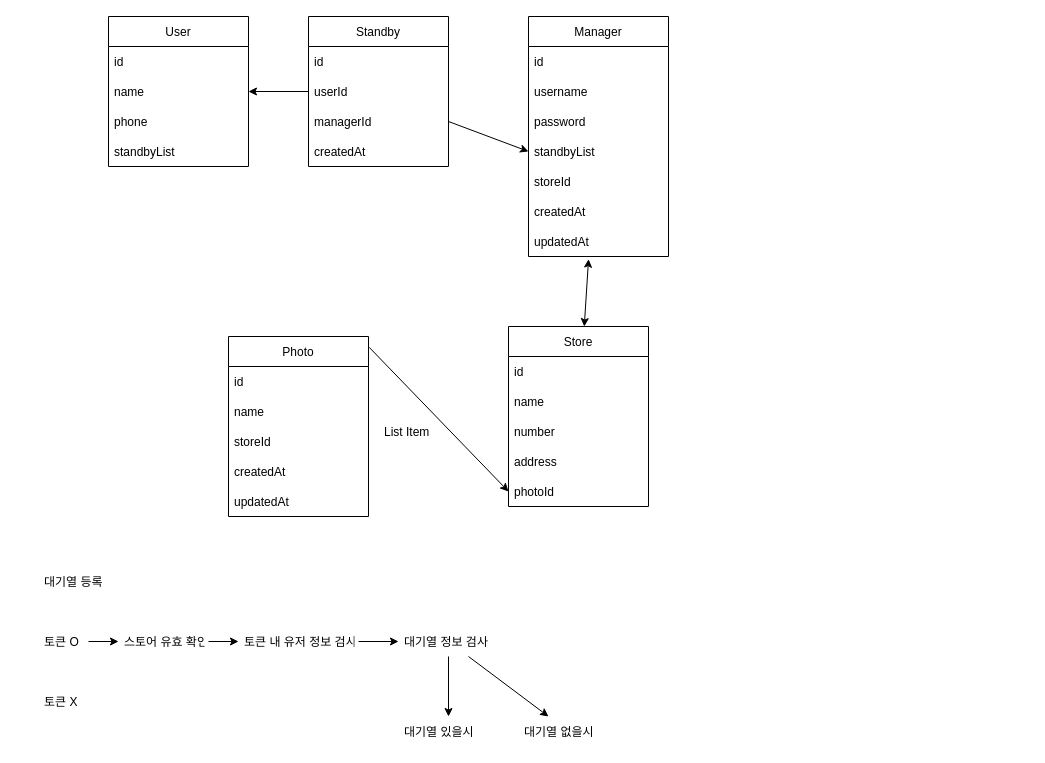
The draw.io diagram plan.dio in jinwanseo/2023-practice, before the edit. Source tidied: cells renumbered, new cells numbered last; positions are measured from the earlier drawing's top-left corner, leaving out a move shared by most shapes. Both pictures are drawn from the tidied source at 100%, with x=0, y=0 at pixel (38, 16).
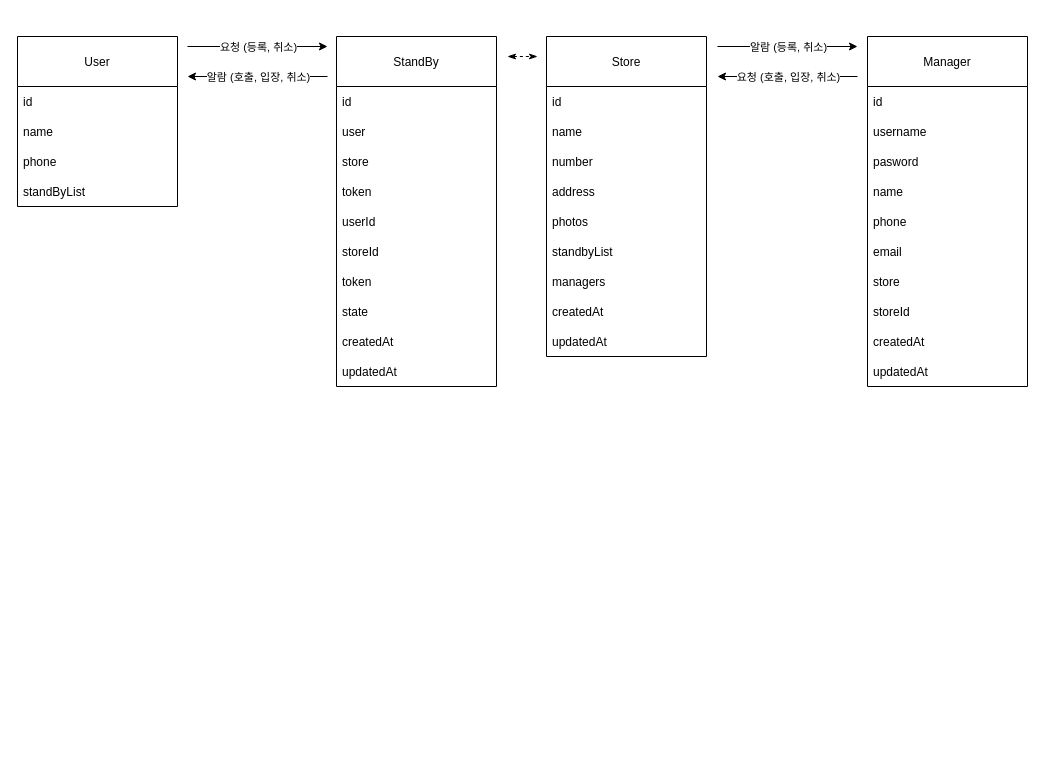
The same page after the edit.

Diff of the diagram source:
```diff
@@
-    <mxCell id="0" />
-    <mxCell id="1" parent="0" />
-    <mxCell id="2" value="User" style="swimlane;fontStyle=0;horizontal=1;startSize=30;" parent="1" vertex="1">
-      <mxGeometry x="70" width="140" height="150" as="geometry" />
-    </mxCell>
-    <mxCell id="3" value="id" style="text;align=left;verticalAlign=middle;spacingLeft=4;spacingRight=4;overflow=hidden;" parent="2" vertex="1">
-      <mxGeometry y="30" width="140" height="30" as="geometry" />
-    </mxCell>
-    <mxCell id="4" value="name" style="text;strokeColor=none;fillColor=none;align=left;verticalAlign=middle;spacingLeft=4;spacingRight=4;overflow=hidden;points=[[0,0.5],[1,0.5]];portConstraint=eastwest;" parent="2" vertex="1">
-      <mxGeometry y="60" width="140" height="30" as="geometry" />
-    </mxCell>
-    <mxCell id="5" value="phone" style="text;strokeColor=none;fillColor=none;align=left;verticalAlign=middle;spacingLeft=4;spacingRight=4;overflow=hidden;" parent="2" vertex="1">
-      <mxGeometry y="90" width="140" height="30" as="geometry" />
-    </mxCell>
-    <mxCell id="6" value="standbyList" style="text;strokeColor=none;fillColor=none;align=left;verticalAlign=middle;spacingLeft=4;spacingRight=4;overflow=hidden;" parent="2" vertex="1">
-      <mxGeometry y="120" width="140" height="30" as="geometry" />
-    </mxCell>
-    <mxCell id="7" value="Manager" style="swimlane;fontStyle=0;horizontal=1;startSize=30;" parent="1" vertex="1">
-      <mxGeometry x="490" width="140" height="240" as="geometry" />
-    </mxCell>
-    <mxCell id="8" value="id" style="text;align=left;verticalAlign=middle;spacingLeft=4;spacingRight=4;overflow=hidden;" parent="7" vertex="1">
-      <mxGeometry y="30" width="140" height="30" as="geometry" />
-    </mxCell>
-    <mxCell id="9" value="username" style="text;strokeColor=none;fillColor=none;align=left;verticalAlign=middle;spacingLeft=4;spacingRight=4;overflow=hidden;" parent="7" vertex="1">
-      <mxGeometry y="60" width="140" height="30" as="geometry" />
-    </mxCell>
-    <mxCell id="10" value="password" style="text;strokeColor=none;fillColor=none;align=left;verticalAlign=middle;spacingLeft=4;spacingRight=4;overflow=hidden;" parent="7" vertex="1">
-      <mxGeometry y="90" width="140" height="30" as="geometry" />
-    </mxCell>
-    <mxCell id="11" value="standbyList" style="text;strokeColor=none;fillColor=none;align=left;verticalAlign=middle;spacingLeft=4;spacingRight=4;overflow=hidden;points=[[0,0.5],[1,0.5]];portConstraint=eastwest;" parent="7" vertex="1">
-      <mxGeometry y="120" width="140" height="30" as="geometry" />
-    </mxCell>
-    <mxCell id="12" value="storeId" style="text;strokeColor=none;fillColor=none;align=left;verticalAlign=middle;spacingLeft=4;spacingRight=4;overflow=hidden;" parent="7" vertex="1">
-      <mxGeometry y="150" width="140" height="30" as="geometry" />
-    </mxCell>
-    <mxCell id="13" value="createdAt" style="text;strokeColor=none;fillColor=none;align=left;verticalAlign=middle;spacingLeft=4;spacingRight=4;overflow=hidden;" parent="7" vertex="1">
-      <mxGeometry y="180" width="140" height="30" as="geometry" />
-    </mxCell>
-    <mxCell id="14" value="updatedAt" style="text;strokeColor=none;fillColor=none;align=left;verticalAlign=middle;spacingLeft=4;spacingRight=4;overflow=hidden;points=[[0,0.5],[1,0.5]];portConstraint=eastwest;" parent="7" vertex="1">
-      <mxGeometry y="210" width="140" height="30" as="geometry" />
-    </mxCell>
-    <mxCell id="15" value="Standby" style="swimlane;fontStyle=0;horizontal=1;startSize=30;" parent="1" vertex="1">
-      <mxGeometry x="270" width="140" height="150" as="geometry" />
-    </mxCell>
-    <mxCell id="16" value="id" style="text;align=left;verticalAlign=middle;spacingLeft=4;spacingRight=4;overflow=hidden;" parent="15" vertex="1">
-      <mxGeometry y="30" width="140" height="30" as="geometry" />
-    </mxCell>
-    <mxCell id="17" value="userId" style="text;strokeColor=none;fillColor=none;align=left;verticalAlign=middle;spacingLeft=4;spacingRight=4;overflow=hidden;points=[[0,0.5],[1,0.5]];portConstraint=eastwest;" parent="15" vertex="1">
-      <mxGeometry y="60" width="140" height="30" as="geometry" />
-    </mxCell>
-    <mxCell id="18" value="managerId" style="text;strokeColor=none;fillColor=none;align=left;verticalAlign=middle;spacingLeft=4;spacingRight=4;overflow=hidden;points=[[0,0.5],[1,0.5]];portConstraint=eastwest;" parent="15" vertex="1">
-      <mxGeometry y="90" width="140" height="30" as="geometry" />
-    </mxCell>
-    <mxCell id="19" value="createdAt" style="text;strokeColor=none;fillColor=none;align=left;verticalAlign=middle;spacingLeft=4;spacingRight=4;overflow=hidden;" parent="15" vertex="1">
-      <mxGeometry y="120" width="140" height="30" as="geometry" />
-    </mxCell>
-    <mxCell id="20" style="edgeStyle=none;html=1;exitX=1;exitY=0.5;exitDx=0;exitDy=0;entryX=0;entryY=0.5;entryDx=0;entryDy=0;" parent="1" edge="1" source="18" target="11">
-      <mxGeometry relative="1" as="geometry" />
-    </mxCell>
-    <mxCell id="21" style="edgeStyle=none;html=1;" parent="1" edge="1" source="17" target="4">
-      <mxGeometry relative="1" as="geometry" />
-    </mxCell>
+    <mxCell id="50" />
+    <mxCell id="51" parent="50" />
-    <mxCell id="22" value="Store" style="swimlane;fontStyle=0;horizontal=1;startSize=30;" parent="1" vertex="1">
-      <mxGeometry x="470" y="310" width="140" height="180" as="geometry" />
+    <mxCell id="22" value="Store" style="swimlane;fontStyle=0;horizontal=1;startSize=50;" parent="51" vertex="1">
+      <mxGeometry x="508" y="20" width="160" height="320" as="geometry" />
     </mxCell>
-    <mxCell id="23" value="id" style="text;strokeColor=none;fillColor=none;align=left;verticalAlign=middle;spacingLeft=4;spacingRight=4;overflow=hidden;" parent="22" vertex="1">
-      <mxGeometry y="30" width="140" height="30" as="geometry" />
-    </mxCell>
-    <mxCell id="24" value="name" style="text;strokeColor=none;fillColor=none;align=left;verticalAlign=middle;spacingLeft=4;spacingRight=4;overflow=hidden;" parent="22" vertex="1">
-      <mxGeometry y="60" width="140" height="30" as="geometry" />
-    </mxCell>
+    <mxCell id="52" value="id" style="text;strokeColor=none;fillColor=none;align=left;verticalAlign=middle;spacingLeft=4;spacingRight=4;overflow=hidden;" parent="22" vertex="1">
+      <mxGeometry y="50" width="160" height="30" as="geometry" />
+    </mxCell>
+    <mxCell id="53" value="name" style="text;strokeColor=none;fillColor=none;align=left;verticalAlign=middle;spacingLeft=4;spacingRight=4;overflow=hidden;" parent="22" vertex="1">
+      <mxGeometry y="80" width="160" height="30" as="geometry" />
+    </mxCell>
     <mxCell id="25" value="number" style="text;strokeColor=none;fillColor=none;align=left;verticalAlign=middle;spacingLeft=4;spacingRight=4;overflow=hidden;" parent="22" vertex="1">
-      <mxGeometry y="90" width="140" height="30" as="geometry" />
+      <mxGeometry y="110" width="160" height="30" as="geometry" />
     </mxCell>
     <mxCell id="26" value="address" style="text;strokeColor=none;fillColor=none;align=left;verticalAlign=middle;spacingLeft=4;spacingRight=4;overflow=hidden;" parent="22" vertex="1">
-      <mxGeometry y="120" width="140" height="30" as="geometry" />
+      <mxGeometry y="140" width="160" height="30" as="geometry" />
     </mxCell>
-    <mxCell id="27" value="photoId" style="text;strokeColor=none;fillColor=none;align=left;verticalAlign=middle;spacingLeft=4;spacingRight=4;overflow=hidden;points=[[0,0.5],[1,0.5]];portConstraint=eastwest;" parent="22" vertex="1">
-      <mxGeometry y="150" width="140" height="30" as="geometry" />
-    </mxCell>
-    <mxCell id="28" value="Photo" style="swimlane;fontStyle=0;horizontal=1;startSize=30;" parent="1" vertex="1">
-      <mxGeometry x="190" y="320" width="140" height="180" as="geometry" />
-    </mxCell>
-    <mxCell id="29" value="id" style="text;strokeColor=none;fillColor=none;align=left;verticalAlign=middle;spacingLeft=4;spacingRight=4;overflow=hidden;" parent="28" vertex="1">
-      <mxGeometry y="30" width="140" height="30" as="geometry" />
-    </mxCell>
-    <mxCell id="30" value="name" style="text;strokeColor=none;fillColor=none;align=left;verticalAlign=middle;spacingLeft=4;spacingRight=4;overflow=hidden;" parent="28" vertex="1">
-      <mxGeometry y="60" width="140" height="30" as="geometry" />
-    </mxCell>
-    <mxCell id="31" value="storeId" style="text;strokeColor=none;fillColor=none;align=left;verticalAlign=middle;spacingLeft=4;spacingRight=4;overflow=hidden;" parent="28" vertex="1">
-      <mxGeometry y="90" width="140" height="30" as="geometry" />
-    </mxCell>
-    <mxCell id="32" value="createdAt" style="text;strokeColor=none;fillColor=none;align=left;verticalAlign=middle;spacingLeft=4;spacingRight=4;overflow=hidden;" parent="28" vertex="1">
-      <mxGeometry y="120" width="140" height="30" as="geometry" />
-    </mxCell>
-    <mxCell id="33" value="updatedAt" style="text;strokeColor=none;fillColor=none;align=left;verticalAlign=middle;spacingLeft=4;spacingRight=4;overflow=hidden;" parent="28" vertex="1">
-      <mxGeometry y="150" width="140" height="30" as="geometry" />
-    </mxCell>
-    <mxCell id="34" style="endArrow=classic;startArrow=classic;html=1;entryX=0.429;entryY=1.089;entryDx=0;entryDy=0;entryPerimeter=0;" parent="1" edge="1" source="22" target="14">
-      <mxGeometry relative="1" as="geometry" />
-    </mxCell>
-    <mxCell id="35" style="edgeStyle=none;html=1;entryX=0;entryY=0.5;entryDx=0;entryDy=0;exitX=1.005;exitY=0.06;exitDx=0;exitDy=0;exitPerimeter=0;" parent="1" edge="1" source="28" target="27">
-      <mxGeometry relative="1" as="geometry" />
-    </mxCell>
-    <mxCell id="36" value="List Item" style="text;strokeColor=none;fillColor=none;align=left;verticalAlign=middle;spacingLeft=4;spacingRight=4;overflow=hidden;" parent="1" vertex="1">
-      <mxGeometry x="340" y="400" width="80" height="30" as="geometry" />
-    </mxCell>
-    <mxCell id="37" value="대기열 등록" style="text;strokeColor=none;fillColor=none;align=left;verticalAlign=middle;spacingLeft=4;spacingRight=4;overflow=hidden;" parent="1" vertex="1">
-      <mxGeometry y="550" width="80" height="30" as="geometry" />
-    </mxCell>
-    <mxCell id="38" style="edgeStyle=none;html=1;" parent="1" edge="1" source="39" target="42">
-      <mxGeometry relative="1" as="geometry" />
-    </mxCell>
-    <mxCell id="39" value="토큰 O" style="text;strokeColor=none;fillColor=none;align=left;verticalAlign=middle;spacingLeft=4;spacingRight=4;overflow=hidden;points=[[0,0.5],[1,0.5]];portConstraint=eastwest;" parent="1" vertex="1">
-      <mxGeometry y="610" width="50" height="30" as="geometry" />
-    </mxCell>
-    <mxCell id="40" value="토큰 X" style="text;strokeColor=none;fillColor=none;align=left;verticalAlign=middle;spacingLeft=4;spacingRight=4;overflow=hidden;" parent="1" vertex="1">
-      <mxGeometry y="670" width="80" height="30" as="geometry" />
-    </mxCell>
-    <mxCell id="41" style="edgeStyle=none;html=1;" parent="1" edge="1" source="42" target="44">
-      <mxGeometry relative="1" as="geometry" />
-    </mxCell>
-    <mxCell id="42" value="스토어 유효 확인" style="text;strokeColor=none;fillColor=none;align=left;verticalAlign=middle;spacingLeft=4;spacingRight=4;overflow=hidden;points=[[0,0.5],[1,0.5]];portConstraint=eastwest;" parent="1" vertex="1">
-      <mxGeometry x="80" y="610" width="90" height="30" as="geometry" />
-    </mxCell>
-    <mxCell id="43" style="edgeStyle=none;html=1;" parent="1" edge="1" source="44" target="47">
-      <mxGeometry relative="1" as="geometry" />
-    </mxCell>
-    <mxCell id="44" value="토큰 내 유저 정보 검사" style="text;strokeColor=none;fillColor=none;align=left;verticalAlign=middle;spacingLeft=4;spacingRight=4;overflow=hidden;points=[[0,0.5],[1,0.5]];portConstraint=eastwest;" parent="1" vertex="1">
-      <mxGeometry x="200" y="610" width="120" height="30" as="geometry" />
-    </mxCell>
-    <mxCell id="45" style="edgeStyle=none;html=1;" parent="1" edge="1" source="47" target="48">
-      <mxGeometry relative="1" as="geometry" />
-    </mxCell>
-    <mxCell id="46" style="edgeStyle=none;html=1;" parent="1" edge="1" source="47" target="49">
-      <mxGeometry relative="1" as="geometry" />
-    </mxCell>
-    <mxCell id="47" value="대기열 정보 검사" style="text;strokeColor=none;fillColor=none;align=left;verticalAlign=middle;spacingLeft=4;spacingRight=4;overflow=hidden;points=[[0,0.5],[1,0.5]];portConstraint=eastwest;" parent="1" vertex="1">
-      <mxGeometry x="360" y="610" width="100" height="30" as="geometry" />
-    </mxCell>
-    <mxCell id="48" value="대기열 있을시" style="text;strokeColor=none;fillColor=none;align=left;verticalAlign=middle;spacingLeft=4;spacingRight=4;overflow=hidden;points=[[0,0.5],[1,0.5]];portConstraint=eastwest;" parent="1" vertex="1">
-      <mxGeometry x="360" y="700" width="100" height="30" as="geometry" />
-    </mxCell>
-    <mxCell id="49" value="대기열 없을시" style="text;strokeColor=none;fillColor=none;align=left;verticalAlign=middle;spacingLeft=4;spacingRight=4;overflow=hidden;points=[[0,0.5],[1,0.5]];portConstraint=eastwest;" parent="1" vertex="1">
-      <mxGeometry x="480" y="700" width="100" height="30" as="geometry" />
-    </mxCell>
+    <mxCell id="54" value="photos" style="text;strokeColor=none;fillColor=none;align=left;verticalAlign=middle;spacingLeft=4;spacingRight=4;overflow=hidden;" parent="22" vertex="1">
+      <mxGeometry y="170" width="160" height="30" as="geometry" />
+    </mxCell>
+    <mxCell id="55" value="standbyList" style="text;strokeColor=none;fillColor=none;align=left;verticalAlign=middle;spacingLeft=4;spacingRight=4;overflow=hidden;" parent="22" vertex="1">
+      <mxGeometry y="200" width="160" height="30" as="geometry" />
+    </mxCell>
+    <mxCell id="56" value="managers" style="text;strokeColor=none;fillColor=none;align=left;verticalAlign=middle;spacingLeft=4;spacingRight=4;overflow=hidden;" parent="22" vertex="1">
+      <mxGeometry y="230" width="160" height="30" as="geometry" />
+    </mxCell>
+    <mxCell id="57" value="createdAt" style="text;strokeColor=none;fillColor=none;align=left;verticalAlign=middle;spacingLeft=4;spacingRight=4;overflow=hidden;" parent="22" vertex="1">
+      <mxGeometry y="260" width="160" height="30" as="geometry" />
+    </mxCell>
+    <mxCell id="58" value="updatedAt" style="text;strokeColor=none;fillColor=none;align=left;verticalAlign=middle;spacingLeft=4;spacingRight=4;overflow=hidden;" parent="22" vertex="1">
+      <mxGeometry y="290" width="160" height="30" as="geometry" />
+    </mxCell>
+    <mxCell id="59" style="edgeStyle=none;html=1;dashed=1;startArrow=classicThin;startFill=1;endArrow=classicThin;endFill=1;" parent="51" edge="1">
+      <mxGeometry relative="1" as="geometry">
+        <mxPoint x="469" y="40" as="sourcePoint" />
+        <mxPoint x="499" y="40" as="targetPoint" />
+      </mxGeometry>
+    </mxCell>
+    <mxCell id="60" value="StandBy" style="swimlane;fontStyle=0;horizontal=1;startSize=50;" parent="51" vertex="1">
+      <mxGeometry x="298" y="20" width="160" height="350" as="geometry" />
+    </mxCell>
+    <mxCell id="61" value="id" style="text;strokeColor=none;fillColor=none;align=left;verticalAlign=middle;spacingLeft=4;spacingRight=4;overflow=hidden;" parent="60" vertex="1">
+      <mxGeometry y="50" width="160" height="30" as="geometry" />
+    </mxCell>
+    <mxCell id="62" value="user" style="text;strokeColor=none;fillColor=none;align=left;verticalAlign=middle;spacingLeft=4;spacingRight=4;overflow=hidden;" parent="60" vertex="1">
+      <mxGeometry y="80" width="160" height="30" as="geometry" />
+    </mxCell>
+    <mxCell id="63" value="store" style="text;strokeColor=none;fillColor=none;align=left;verticalAlign=middle;spacingLeft=4;spacingRight=4;overflow=hidden;" parent="60" vertex="1">
+      <mxGeometry y="110" width="160" height="30" as="geometry" />
+    </mxCell>
+    <mxCell id="64" value="token" style="text;strokeColor=none;fillColor=none;align=left;verticalAlign=middle;spacingLeft=4;spacingRight=4;overflow=hidden;" parent="60" vertex="1">
+      <mxGeometry y="140" width="160" height="30" as="geometry" />
+    </mxCell>
+    <mxCell id="17" value="userId" style="text;strokeColor=none;fillColor=none;align=left;verticalAlign=middle;spacingLeft=4;spacingRight=4;overflow=hidden;points=[[0,0.5],[1,0.5]];portConstraint=eastwest;" parent="60" vertex="1">
+      <mxGeometry y="170" width="160" height="30" as="geometry" />
+    </mxCell>
+    <mxCell id="65" value="storeId" style="text;strokeColor=none;fillColor=none;align=left;verticalAlign=middle;spacingLeft=4;spacingRight=4;overflow=hidden;" parent="60" vertex="1">
+      <mxGeometry y="200" width="160" height="30" as="geometry" />
+    </mxCell>
+    <mxCell id="66" value="token" style="text;strokeColor=none;fillColor=none;align=left;verticalAlign=middle;spacingLeft=4;spacingRight=4;overflow=hidden;" parent="60" vertex="1">
+      <mxGeometry y="230" width="160" height="30" as="geometry" />
+    </mxCell>
+    <mxCell id="67" value="state" style="text;strokeColor=none;fillColor=none;align=left;verticalAlign=middle;spacingLeft=4;spacingRight=4;overflow=hidden;" parent="60" vertex="1">
+      <mxGeometry y="260" width="160" height="30" as="geometry" />
+    </mxCell>
+    <mxCell id="68" value="createdAt" style="text;strokeColor=none;fillColor=none;align=left;verticalAlign=middle;spacingLeft=4;spacingRight=4;overflow=hidden;" parent="60" vertex="1">
+      <mxGeometry y="290" width="160" height="30" as="geometry" />
+    </mxCell>
+    <mxCell id="69" value="updatedAt" style="text;strokeColor=none;fillColor=none;align=left;verticalAlign=middle;spacingLeft=4;spacingRight=4;overflow=hidden;" parent="60" vertex="1">
+      <mxGeometry y="320" width="160" height="30" as="geometry" />
+    </mxCell>
+    <mxCell id="2" value="User" style="swimlane;fontStyle=0;horizontal=1;startSize=50;" parent="51" vertex="1">
+      <mxGeometry x="-21" y="20" width="160" height="170" as="geometry" />
+    </mxCell>
+    <mxCell id="70" value="id" style="text;strokeColor=none;fillColor=none;align=left;verticalAlign=middle;spacingLeft=4;spacingRight=4;overflow=hidden;" parent="2" vertex="1">
+      <mxGeometry y="50" width="160" height="30" as="geometry" />
+    </mxCell>
+    <mxCell id="71" value="name" style="text;strokeColor=none;fillColor=none;align=left;verticalAlign=middle;spacingLeft=4;spacingRight=4;overflow=hidden;" parent="2" vertex="1">
+      <mxGeometry y="80" width="160" height="30" as="geometry" />
+    </mxCell>
+    <mxCell id="72" value="phone" style="text;strokeColor=none;fillColor=none;align=left;verticalAlign=middle;spacingLeft=4;spacingRight=4;overflow=hidden;" parent="2" vertex="1">
+      <mxGeometry y="110" width="160" height="30" as="geometry" />
+    </mxCell>
+    <mxCell id="73" value="standByList" style="text;strokeColor=none;fillColor=none;align=left;verticalAlign=middle;spacingLeft=4;spacingRight=4;overflow=hidden;" parent="2" vertex="1">
+      <mxGeometry y="140" width="160" height="30" as="geometry" />
+    </mxCell>
+    <mxCell id="7" value="Manager" style="swimlane;fontStyle=0;horizontal=1;startSize=50;" parent="51" vertex="1">
+      <mxGeometry x="829" y="20" width="160" height="350" as="geometry" />
+    </mxCell>
+    <mxCell id="74" value="id" style="text;strokeColor=none;fillColor=none;align=left;verticalAlign=middle;spacingLeft=4;spacingRight=4;overflow=hidden;" parent="7" vertex="1">
+      <mxGeometry y="50" width="160" height="30" as="geometry" />
+    </mxCell>
+    <mxCell id="9" value="username" style="text;strokeColor=none;fillColor=none;align=left;verticalAlign=middle;spacingLeft=4;spacingRight=4;overflow=hidden;" parent="7" vertex="1">
+      <mxGeometry y="80" width="160" height="30" as="geometry" />
+    </mxCell>
+    <mxCell id="75" value="pasword" style="text;strokeColor=none;fillColor=none;align=left;verticalAlign=middle;spacingLeft=4;spacingRight=4;overflow=hidden;" parent="7" vertex="1">
+      <mxGeometry y="110" width="160" height="30" as="geometry" />
+    </mxCell>
+    <mxCell id="76" value="name" style="text;strokeColor=none;fillColor=none;align=left;verticalAlign=middle;spacingLeft=4;spacingRight=4;overflow=hidden;" parent="7" vertex="1">
+      <mxGeometry y="140" width="160" height="30" as="geometry" />
+    </mxCell>
+    <mxCell id="77" value="phone" style="text;strokeColor=none;fillColor=none;align=left;verticalAlign=middle;spacingLeft=4;spacingRight=4;overflow=hidden;" parent="7" vertex="1">
+      <mxGeometry y="170" width="160" height="30" as="geometry" />
+    </mxCell>
+    <mxCell id="78" value="email" style="text;strokeColor=none;fillColor=none;align=left;verticalAlign=middle;spacingLeft=4;spacingRight=4;overflow=hidden;" parent="7" vertex="1">
+      <mxGeometry y="200" width="160" height="30" as="geometry" />
+    </mxCell>
+    <mxCell id="79" value="store" style="text;strokeColor=none;fillColor=none;align=left;verticalAlign=middle;spacingLeft=4;spacingRight=4;overflow=hidden;" parent="7" vertex="1">
+      <mxGeometry y="230" width="160" height="30" as="geometry" />
+    </mxCell>
+    <mxCell id="80" value="storeId" style="text;strokeColor=none;fillColor=none;align=left;verticalAlign=middle;spacingLeft=4;spacingRight=4;overflow=hidden;" parent="7" vertex="1">
+      <mxGeometry y="260" width="160" height="30" as="geometry" />
+    </mxCell>
+    <mxCell id="81" value="createdAt" style="text;strokeColor=none;fillColor=none;align=left;verticalAlign=middle;spacingLeft=4;spacingRight=4;overflow=hidden;" parent="7" vertex="1">
+      <mxGeometry y="290" width="160" height="30" as="geometry" />
+    </mxCell>
+    <mxCell id="82" value="updatedAt" style="text;strokeColor=none;fillColor=none;align=left;verticalAlign=middle;spacingLeft=4;spacingRight=4;overflow=hidden;" parent="7" vertex="1">
+      <mxGeometry y="320" width="160" height="30" as="geometry" />
+    </mxCell>
+    <mxCell id="83" style="endArrow=classic;html=1;" parent="51" edge="1">
+      <mxGeometry relative="1" as="geometry">
+        <mxPoint x="149" y="30" as="sourcePoint" />
+        <mxPoint x="289" y="30" as="targetPoint" />
+      </mxGeometry>
+    </mxCell>
+    <mxCell id="84" value="요청 (등록, 취소)" style="edgeLabel;html=1;align=center;verticalAlign=middle;" parent="83" vertex="1">
+      <mxGeometry relative="1" as="geometry" />
+    </mxCell>
+    <mxCell id="85" style="endArrow=classic;html=1;" parent="51" edge="1">
+      <mxGeometry relative="1" as="geometry">
+        <mxPoint x="679" y="30" as="sourcePoint" />
+        <mxPoint x="819" y="30" as="targetPoint" />
+      </mxGeometry>
+    </mxCell>
+    <mxCell id="86" value="알람 (등록, 취소)" style="edgeLabel;html=1;align=center;verticalAlign=middle;" parent="85" vertex="1">
+      <mxGeometry relative="1" as="geometry" />
+    </mxCell>
+    <mxCell id="87" style="endArrow=classic;html=1;" parent="51" edge="1">
+      <mxGeometry relative="1" as="geometry">
+        <mxPoint x="289" y="60" as="sourcePoint" />
+        <mxPoint x="149" y="60" as="targetPoint" />
+      </mxGeometry>
+    </mxCell>
+    <mxCell id="88" value="알람 (호출, 입장, 취소)" style="edgeLabel;html=1;align=center;verticalAlign=middle;" parent="87" vertex="1">
+      <mxGeometry relative="1" as="geometry" />
+    </mxCell>
+    <mxCell id="89" style="endArrow=classic;html=1;" parent="51" edge="1">
+      <mxGeometry relative="1" as="geometry">
+        <mxPoint x="819" y="60" as="sourcePoint" />
+        <mxPoint x="679" y="60" as="targetPoint" />
+      </mxGeometry>
+    </mxCell>
+    <mxCell id="90" value="요청 (호출, 입장, 취소)" style="edgeLabel;html=1;align=center;verticalAlign=middle;" parent="89" vertex="1">
+      <mxGeometry relative="1" as="geometry" />
+    </mxCell>
```
